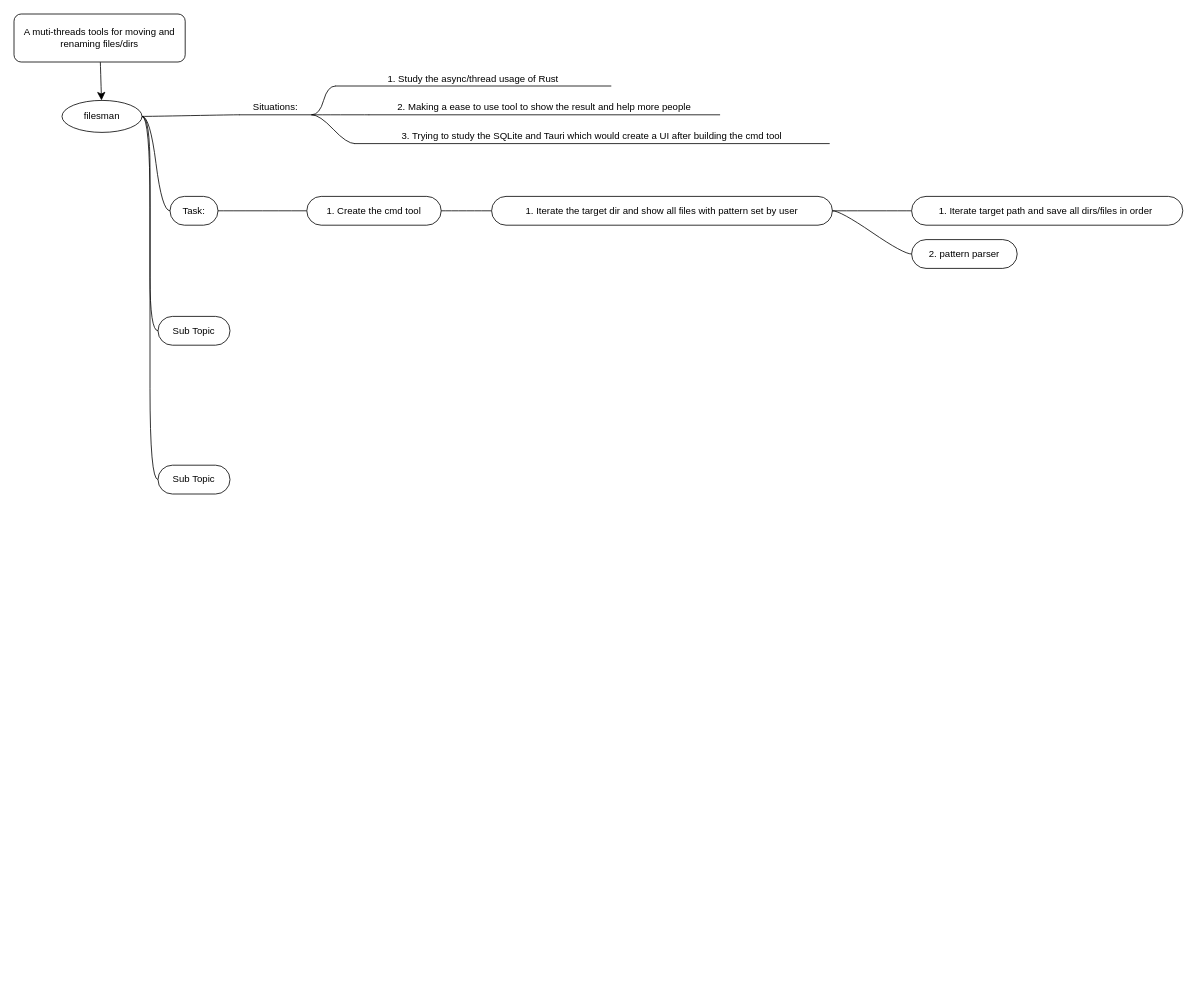
The draw.io diagram filesman.drawio in YuniqueUnic/drawioDiagrams, before the edit. Source tidied: cells renumbered, new cells numbered last; positions are measured from the earlier drawing's top-left corner, leaving out a move shared by most shapes. Both pictures are drawn from the tidied source at 80%, with x=0, y=0 at pixel (14, 14).
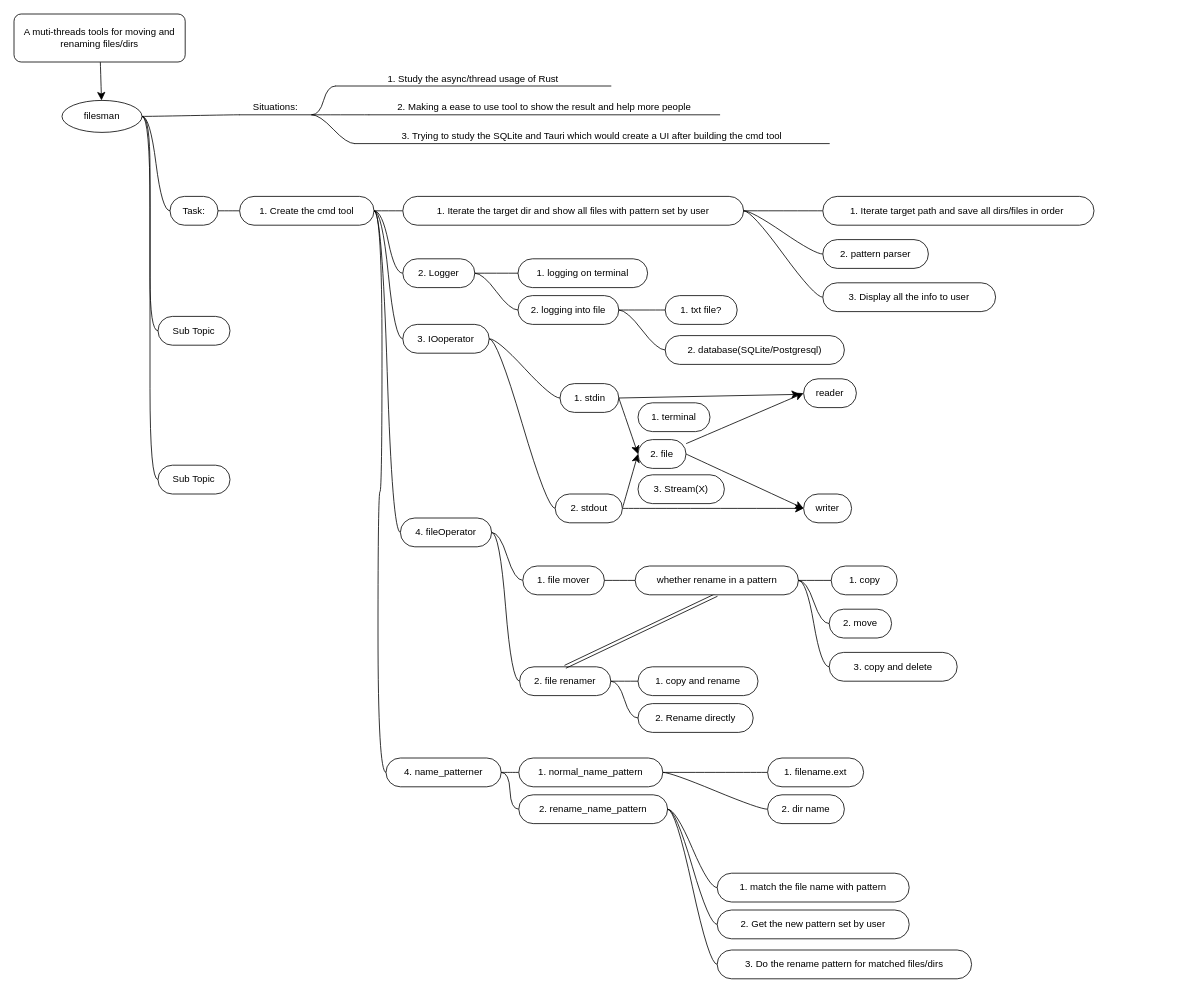
The same page after the edit.

Diff of the diagram source:
```diff
@@
     <mxCell id="20" value="1. Create the cmd tool" style="whiteSpace=wrap;html=1;rounded=1;arcSize=50;align=center;verticalAlign=middle;strokeWidth=1;spacing=4;" parent="1" vertex="1">
-      <mxGeometry x="366" y="228" width="168" height="36" as="geometry" />
+      <mxGeometry x="282" y="228" width="168" height="36" as="geometry" />
     </mxCell>
@@
     <mxCell id="22" value="1. Iterate the target dir and show all files with pattern set by user" style="whiteSpace=wrap;html=1;rounded=1;arcSize=50;align=center;verticalAlign=middle;strokeWidth=1;spacing=4;" parent="1" vertex="1">
-      <mxGeometry x="597" y="228" width="426" height="36" as="geometry" />
+      <mxGeometry x="486" y="228" width="426" height="36" as="geometry" />
     </mxCell>
@@
     <mxCell id="24" value="1. Iterate target path and save all dirs/files in order&amp;nbsp;" style="whiteSpace=wrap;html=1;rounded=1;arcSize=50;align=center;verticalAlign=middle;strokeWidth=1;spacing=4;" parent="1" vertex="1">
-      <mxGeometry x="1122" y="228" width="339" height="36" as="geometry" />
+      <mxGeometry x="1011" y="228" width="339" height="36" as="geometry" />
     </mxCell>
@@
     <mxCell id="26" value="2. pattern parser" style="whiteSpace=wrap;html=1;rounded=1;arcSize=50;align=center;verticalAlign=middle;strokeWidth=1;spacing=4;" parent="1" vertex="1">
-      <mxGeometry x="1122" y="282" width="132" height="36" as="geometry" />
+      <mxGeometry x="1011" y="282" width="132" height="36" as="geometry" />
     </mxCell>
+    <mxCell id="27" style="edgeStyle=entityRelationEdgeStyle;startArrow=none;endArrow=none;segment=10;curved=1;fontSize=12;startSize=8;endSize=8;" parent="1" edge="1" source="22" target="28">
+      <mxGeometry relative="1" as="geometry" />
+    </mxCell>
+    <mxCell id="28" value="3. Display all the info to user" style="whiteSpace=wrap;html=1;rounded=1;arcSize=50;align=center;verticalAlign=middle;strokeWidth=1;spacing=4;" parent="1" vertex="1">
+      <mxGeometry x="1011" y="336" width="216" height="36" as="geometry" />
+    </mxCell>
+    <mxCell id="29" style="edgeStyle=entityRelationEdgeStyle;startArrow=none;endArrow=none;segment=10;curved=1;fontSize=12;startSize=8;endSize=8;" parent="1" edge="1" source="20" target="30">
+      <mxGeometry relative="1" as="geometry" />
+    </mxCell>
+    <mxCell id="30" value="2. Logger" style="whiteSpace=wrap;html=1;rounded=1;arcSize=50;align=center;verticalAlign=middle;strokeWidth=1;spacing=4;" parent="1" vertex="1">
+      <mxGeometry x="486" y="306" width="90" height="36" as="geometry" />
+    </mxCell>
+    <mxCell id="31" style="edgeStyle=entityRelationEdgeStyle;startArrow=none;endArrow=none;segment=10;curved=1;fontSize=12;startSize=8;endSize=8;" parent="1" edge="1" source="30" target="32">
+      <mxGeometry relative="1" as="geometry" />
+    </mxCell>
+    <mxCell id="32" value="1. logging on terminal" style="whiteSpace=wrap;html=1;rounded=1;arcSize=50;align=center;verticalAlign=middle;strokeWidth=1;spacing=4;" parent="1" vertex="1">
+      <mxGeometry x="630" y="306" width="162" height="36" as="geometry" />
+    </mxCell>
+    <mxCell id="33" style="edgeStyle=entityRelationEdgeStyle;startArrow=none;endArrow=none;segment=10;curved=1;fontSize=12;startSize=8;endSize=8;" parent="1" edge="1" source="30" target="34">
+      <mxGeometry relative="1" as="geometry" />
+    </mxCell>
+    <mxCell id="34" value="2. logging into file" style="whiteSpace=wrap;html=1;rounded=1;arcSize=50;align=center;verticalAlign=middle;strokeWidth=1;spacing=4;" parent="1" vertex="1">
+      <mxGeometry x="630" y="352" width="126" height="36" as="geometry" />
+    </mxCell>
+    <mxCell id="35" style="edgeStyle=entityRelationEdgeStyle;startArrow=none;endArrow=none;segment=10;curved=1;fontSize=12;startSize=8;endSize=8;" parent="1" edge="1" source="34" target="36">
+      <mxGeometry relative="1" as="geometry" />
+    </mxCell>
+    <mxCell id="36" value="1. txt file?" style="whiteSpace=wrap;html=1;rounded=1;arcSize=50;align=center;verticalAlign=middle;strokeWidth=1;spacing=4;" parent="1" vertex="1">
+      <mxGeometry x="814" y="352" width="90" height="36" as="geometry" />
+    </mxCell>
+    <mxCell id="37" style="edgeStyle=entityRelationEdgeStyle;startArrow=none;endArrow=none;segment=10;curved=1;fontSize=12;startSize=8;endSize=8;" parent="1" edge="1" source="34" target="38">
+      <mxGeometry relative="1" as="geometry" />
+    </mxCell>
+    <mxCell id="38" value="2. database(SQLite/Postgresql)" style="whiteSpace=wrap;html=1;rounded=1;arcSize=50;align=center;verticalAlign=middle;strokeWidth=1;spacing=4;" parent="1" vertex="1">
+      <mxGeometry x="814" y="402" width="224" height="36" as="geometry" />
+    </mxCell>
+    <mxCell id="39" style="edgeStyle=entityRelationEdgeStyle;startArrow=none;endArrow=none;segment=10;curved=1;fontSize=12;startSize=8;endSize=8;" parent="1" edge="1" source="20" target="40">
+      <mxGeometry relative="1" as="geometry" />
+    </mxCell>
+    <mxCell id="40" value="3. IOoperator" style="whiteSpace=wrap;html=1;rounded=1;arcSize=50;align=center;verticalAlign=middle;strokeWidth=1;spacing=4;" parent="1" vertex="1">
+      <mxGeometry x="486" y="388" width="108" height="36" as="geometry" />
+    </mxCell>
+    <mxCell id="41" style="edgeStyle=entityRelationEdgeStyle;startArrow=none;endArrow=none;segment=10;curved=1;fontSize=12;startSize=8;endSize=8;" parent="1" edge="1" source="40" target="43">
+      <mxGeometry relative="1" as="geometry" />
+    </mxCell>
+    <mxCell id="42" style="edgeStyle=none;curved=1;jettySize=auto;html=1;exitX=1;exitY=0.5;exitDx=0;exitDy=0;entryX=0;entryY=0.5;entryDx=0;entryDy=0;fontSize=12;startSize=8;endSize=8;" parent="1" edge="1" source="43" target="50">
+      <mxGeometry relative="1" as="geometry" />
+    </mxCell>
+    <mxCell id="43" value="1. stdin" style="whiteSpace=wrap;html=1;rounded=1;arcSize=50;align=center;verticalAlign=middle;strokeWidth=1;spacing=4;" parent="1" vertex="1">
+      <mxGeometry x="682.5" y="462" width="73.5" height="36" as="geometry" />
+    </mxCell>
+    <mxCell id="44" style="edgeStyle=entityRelationEdgeStyle;startArrow=none;endArrow=none;segment=10;curved=1;fontSize=12;startSize=8;endSize=8;" parent="1" edge="1" source="40" target="47">
+      <mxGeometry relative="1" as="geometry" />
+    </mxCell>
+    <mxCell id="45" style="edgeStyle=none;curved=1;jettySize=auto;html=1;exitX=1;exitY=0.5;exitDx=0;exitDy=0;entryX=0;entryY=0.5;entryDx=0;entryDy=0;fontSize=12;startSize=8;endSize=8;" parent="1" edge="1" source="47" target="50">
+      <mxGeometry relative="1" as="geometry" />
+    </mxCell>
+    <mxCell id="46" style="edgeStyle=none;curved=1;jettySize=auto;html=1;exitX=1;exitY=0.5;exitDx=0;exitDy=0;entryX=0;entryY=0.5;entryDx=0;entryDy=0;fontSize=12;startSize=8;endSize=8;" parent="1" edge="1" source="47" target="54">
+      <mxGeometry relative="1" as="geometry" />
+    </mxCell>
+    <mxCell id="47" value="2. stdout" style="whiteSpace=wrap;html=1;rounded=1;arcSize=50;align=center;verticalAlign=middle;strokeWidth=1;spacing=4;" parent="1" vertex="1">
+      <mxGeometry x="676.5" y="600" width="84" height="36" as="geometry" />
+    </mxCell>
+    <mxCell id="48" style="group;" parent="1" vertex="1">
+      <mxGeometry x="768" y="486" width="159" height="126" as="geometry" />
+    </mxCell>
+    <mxCell id="49" value="1. terminal" style="whiteSpace=wrap;html=1;rounded=1;arcSize=50;align=center;verticalAlign=middle;strokeWidth=1;spacing=4;" parent="48" vertex="1">
+      <mxGeometry x="12" width="90" height="36" as="geometry" />
+    </mxCell>
+    <mxCell id="50" value="2. file" style="whiteSpace=wrap;html=1;rounded=1;arcSize=50;align=center;verticalAlign=middle;strokeWidth=1;spacing=4;" parent="48" vertex="1">
+      <mxGeometry x="12" y="46" width="60" height="36" as="geometry" />
+    </mxCell>
+    <mxCell id="51" value="3. Stream(X)" style="whiteSpace=wrap;html=1;rounded=1;arcSize=50;align=center;verticalAlign=middle;strokeWidth=1;spacing=4;" parent="48" vertex="1">
+      <mxGeometry x="12" y="90" width="108" height="36" as="geometry" />
+    </mxCell>
+    <mxCell id="52" value="reader" style="whiteSpace=wrap;html=1;rounded=1;arcSize=50;align=center;verticalAlign=middle;strokeWidth=1;spacing=4;" parent="1" vertex="1">
+      <mxGeometry x="987" y="456" width="66" height="36" as="geometry" />
+    </mxCell>
+    <mxCell id="53" style="edgeStyle=none;curved=1;jettySize=auto;html=1;fontSize=12;startSize=8;endSize=8;entryX=0;entryY=0.5;entryDx=0;entryDy=0;" parent="1" edge="1" source="50" target="52">
+      <mxGeometry relative="1" as="geometry" />
+    </mxCell>
+    <mxCell id="54" value="writer" style="whiteSpace=wrap;html=1;rounded=1;arcSize=50;align=center;verticalAlign=middle;strokeWidth=1;spacing=4;" parent="1" vertex="1">
+      <mxGeometry x="987" y="600" width="60" height="36" as="geometry" />
+    </mxCell>
+    <mxCell id="55" style="edgeStyle=none;curved=1;jettySize=auto;html=1;exitX=1;exitY=0.5;exitDx=0;exitDy=0;fontSize=12;startSize=8;endSize=8;entryX=0;entryY=0.5;entryDx=0;entryDy=0;" parent="1" edge="1" source="50" target="54">
+      <mxGeometry relative="1" as="geometry" />
+    </mxCell>
+    <mxCell id="56" style="jettySize=auto;html=1;exitX=1;exitY=0.5;exitDx=0;exitDy=0;entryX=-0.07;entryY=0.54;entryDx=0;entryDy=0;entryPerimeter=0;fontSize=12;startSize=8;endSize=8;elbow=vertical;" parent="1" edge="1" source="43" target="52">
+      <mxGeometry relative="1" as="geometry" />
+    </mxCell>
+    <mxCell id="57" style="edgeStyle=entityRelationEdgeStyle;startArrow=none;endArrow=none;segment=10;curved=1;fontSize=12;startSize=8;endSize=8;" parent="1" edge="1" source="20" target="58">
+      <mxGeometry relative="1" as="geometry" />
+    </mxCell>
+    <mxCell id="58" value="4. fileOperator" style="whiteSpace=wrap;html=1;rounded=1;arcSize=50;align=center;verticalAlign=middle;strokeWidth=1;spacing=4;" parent="1" vertex="1">
+      <mxGeometry x="483" y="630" width="114" height="36" as="geometry" />
+    </mxCell>
+    <mxCell id="59" style="edgeStyle=entityRelationEdgeStyle;startArrow=none;endArrow=none;segment=10;curved=1;fontSize=12;startSize=8;endSize=8;" parent="1" edge="1" source="58" target="60">
+      <mxGeometry relative="1" as="geometry" />
+    </mxCell>
+    <mxCell id="60" value="1. file mover" style="whiteSpace=wrap;html=1;rounded=1;arcSize=50;align=center;verticalAlign=middle;strokeWidth=1;spacing=4;" parent="1" vertex="1">
+      <mxGeometry x="636" y="690" width="102" height="36" as="geometry" />
+    </mxCell>
+    <mxCell id="61" style="edgeStyle=entityRelationEdgeStyle;startArrow=none;endArrow=none;segment=10;curved=1;fontSize=12;startSize=8;endSize=8;" parent="1" edge="1" source="58" target="62">
+      <mxGeometry relative="1" as="geometry" />
+    </mxCell>
+    <mxCell id="62" value="2. file renamer" style="whiteSpace=wrap;html=1;rounded=1;arcSize=50;align=center;verticalAlign=middle;strokeWidth=1;spacing=4;" parent="1" vertex="1">
+      <mxGeometry x="632" y="816" width="114" height="36" as="geometry" />
+    </mxCell>
+    <mxCell id="63" style="edgeStyle=entityRelationEdgeStyle;startArrow=none;endArrow=none;segment=10;curved=1;fontSize=12;startSize=8;endSize=8;" parent="1" edge="1" source="60" target="65">
+      <mxGeometry relative="1" as="geometry" />
+    </mxCell>
+    <mxCell id="64" style="edgeStyle=none;curved=1;jettySize=auto;html=1;exitX=0.5;exitY=1;exitDx=0;exitDy=0;entryX=0.5;entryY=0;entryDx=0;entryDy=0;fontSize=12;shape=link;" parent="1" edge="1" source="65" target="62">
+      <mxGeometry relative="1" as="geometry" />
+    </mxCell>
+    <mxCell id="65" value="whether rename in a pattern" style="whiteSpace=wrap;html=1;rounded=1;arcSize=50;align=center;verticalAlign=middle;strokeWidth=1;spacing=4;" parent="1" vertex="1">
+      <mxGeometry x="776.5" y="690" width="204" height="36" as="geometry" />
+    </mxCell>
+    <mxCell id="66" style="edgeStyle=entityRelationEdgeStyle;startArrow=none;endArrow=none;segment=10;curved=1;fontSize=12;startSize=8;endSize=8;" parent="1" edge="1" source="62" target="67">
+      <mxGeometry relative="1" as="geometry" />
+    </mxCell>
+    <mxCell id="67" value="1. copy and rename" style="whiteSpace=wrap;html=1;rounded=1;arcSize=50;align=center;verticalAlign=middle;strokeWidth=1;spacing=4;" parent="1" vertex="1">
+      <mxGeometry x="780" y="816" width="150" height="36" as="geometry" />
+    </mxCell>
+    <mxCell id="68" style="edgeStyle=entityRelationEdgeStyle;startArrow=none;endArrow=none;segment=10;curved=1;fontSize=12;startSize=8;endSize=8;" parent="1" edge="1" source="62" target="69">
+      <mxGeometry relative="1" as="geometry" />
+    </mxCell>
+    <mxCell id="69" value="2. Rename directly" style="whiteSpace=wrap;html=1;rounded=1;arcSize=50;align=center;verticalAlign=middle;strokeWidth=1;spacing=4;" parent="1" vertex="1">
+      <mxGeometry x="780" y="862" width="144" height="36" as="geometry" />
+    </mxCell>
+    <mxCell id="70" style="edgeStyle=entityRelationEdgeStyle;startArrow=none;endArrow=none;segment=10;curved=1;fontSize=12;startSize=8;endSize=8;" parent="1" edge="1" source="65" target="71">
+      <mxGeometry relative="1" as="geometry" />
+    </mxCell>
+    <mxCell id="71" value="1. copy" style="whiteSpace=wrap;html=1;rounded=1;arcSize=50;align=center;verticalAlign=middle;strokeWidth=1;spacing=4;" parent="1" vertex="1">
+      <mxGeometry x="1021.5" y="690" width="82.5" height="36" as="geometry" />
+    </mxCell>
+    <mxCell id="72" style="edgeStyle=entityRelationEdgeStyle;startArrow=none;endArrow=none;segment=10;curved=1;fontSize=12;startSize=8;endSize=8;" parent="1" edge="1" source="65" target="73">
+      <mxGeometry relative="1" as="geometry" />
+    </mxCell>
+    <mxCell id="73" value="2. move" style="whiteSpace=wrap;html=1;rounded=1;arcSize=50;align=center;verticalAlign=middle;strokeWidth=1;spacing=4;" parent="1" vertex="1">
+      <mxGeometry x="1019" y="744" width="78" height="36" as="geometry" />
+    </mxCell>
+    <mxCell id="74" style="edgeStyle=entityRelationEdgeStyle;startArrow=none;endArrow=none;segment=10;curved=1;fontSize=12;startSize=8;endSize=8;" parent="1" edge="1" source="65" target="75">
+      <mxGeometry relative="1" as="geometry" />
+    </mxCell>
+    <mxCell id="75" value="3. copy and delete" style="whiteSpace=wrap;html=1;rounded=1;arcSize=50;align=center;verticalAlign=middle;strokeWidth=1;spacing=4;" parent="1" vertex="1">
+      <mxGeometry x="1019" y="798" width="160" height="36" as="geometry" />
+    </mxCell>
+    <mxCell id="76" style="edgeStyle=entityRelationEdgeStyle;startArrow=none;endArrow=none;segment=10;curved=1;fontSize=12;startSize=8;endSize=8;" parent="1" edge="1" source="20" target="77">
+      <mxGeometry relative="1" as="geometry" />
+    </mxCell>
+    <mxCell id="77" value="4. name_patterner" style="whiteSpace=wrap;html=1;rounded=1;arcSize=50;align=center;verticalAlign=middle;strokeWidth=1;spacing=4;" parent="1" vertex="1">
+      <mxGeometry x="465" y="930" width="144" height="36" as="geometry" />
+    </mxCell>
+    <mxCell id="78" style="edgeStyle=entityRelationEdgeStyle;startArrow=none;endArrow=none;segment=10;curved=1;fontSize=12;startSize=8;endSize=8;" parent="1" edge="1" source="77" target="79">
+      <mxGeometry relative="1" as="geometry" />
+    </mxCell>
+    <mxCell id="79" value="1. normal_name_pattern" style="whiteSpace=wrap;html=1;rounded=1;arcSize=50;align=center;verticalAlign=middle;strokeWidth=1;spacing=4;" parent="1" vertex="1">
+      <mxGeometry x="631" y="930" width="180" height="36" as="geometry" />
+    </mxCell>
+    <mxCell id="80" style="edgeStyle=entityRelationEdgeStyle;startArrow=none;endArrow=none;segment=10;curved=1;fontSize=12;startSize=8;endSize=8;" parent="1" edge="1" source="77" target="81">
+      <mxGeometry relative="1" as="geometry" />
+    </mxCell>
+    <mxCell id="81" value="2. rename_name_pattern" style="whiteSpace=wrap;html=1;rounded=1;arcSize=50;align=center;verticalAlign=middle;strokeWidth=1;spacing=4;" parent="1" vertex="1">
+      <mxGeometry x="631" y="976" width="186" height="36" as="geometry" />
+    </mxCell>
+    <mxCell id="82" style="edgeStyle=entityRelationEdgeStyle;startArrow=none;endArrow=none;segment=10;curved=1;fontSize=12;startSize=8;endSize=8;exitX=1;exitY=0.5;exitDx=0;exitDy=0;" parent="1" edge="1" source="81" target="83">
+      <mxGeometry relative="1" as="geometry" />
+    </mxCell>
+    <mxCell id="83" value="1. match the file name with pattern" style="whiteSpace=wrap;html=1;rounded=1;arcSize=50;align=center;verticalAlign=middle;strokeWidth=1;spacing=4;" parent="1" vertex="1">
+      <mxGeometry x="879" y="1074" width="240" height="36" as="geometry" />
+    </mxCell>
+    <mxCell id="84" style="edgeStyle=entityRelationEdgeStyle;startArrow=none;endArrow=none;segment=10;curved=1;fontSize=12;startSize=8;endSize=8;exitX=1;exitY=0.5;exitDx=0;exitDy=0;" parent="1" edge="1" source="81" target="85">
+      <mxGeometry relative="1" as="geometry" />
+    </mxCell>
+    <mxCell id="85" value="2. Get the new pattern set by user" style="whiteSpace=wrap;html=1;rounded=1;arcSize=50;align=center;verticalAlign=middle;strokeWidth=1;spacing=4;" parent="1" vertex="1">
+      <mxGeometry x="879" y="1120" width="240" height="36" as="geometry" />
+    </mxCell>
+    <mxCell id="86" style="edgeStyle=entityRelationEdgeStyle;startArrow=none;endArrow=none;segment=10;curved=1;fontSize=12;startSize=8;endSize=8;exitX=1;exitY=0.5;exitDx=0;exitDy=0;" parent="1" edge="1" source="81" target="87">
+      <mxGeometry relative="1" as="geometry" />
+    </mxCell>
+    <mxCell id="87" value="3. Do the rename pattern for matched files/dirs" style="whiteSpace=wrap;html=1;rounded=1;arcSize=50;align=center;verticalAlign=middle;strokeWidth=1;spacing=4;" parent="1" vertex="1">
+      <mxGeometry x="879" y="1170" width="318" height="36" as="geometry" />
+    </mxCell>
+    <mxCell id="88" style="edgeStyle=entityRelationEdgeStyle;startArrow=none;endArrow=none;segment=10;curved=1;fontSize=12;startSize=8;endSize=8;" parent="1" edge="1" source="79" target="89">
+      <mxGeometry relative="1" as="geometry" />
+    </mxCell>
+    <mxCell id="89" value="1. filename.ext" style="whiteSpace=wrap;html=1;rounded=1;arcSize=50;align=center;verticalAlign=middle;strokeWidth=1;spacing=4;" parent="1" vertex="1">
+      <mxGeometry x="942" y="930" width="120" height="36" as="geometry" />
+    </mxCell>
+    <mxCell id="90" style="edgeStyle=entityRelationEdgeStyle;startArrow=none;endArrow=none;segment=10;curved=1;fontSize=12;startSize=8;endSize=8;" parent="1" edge="1" source="79" target="91">
+      <mxGeometry relative="1" as="geometry" />
+    </mxCell>
+    <mxCell id="91" value="2. dir name" style="whiteSpace=wrap;html=1;rounded=1;arcSize=50;align=center;verticalAlign=middle;strokeWidth=1;spacing=4;" parent="1" vertex="1">
+      <mxGeometry x="942" y="976" width="96" height="36" as="geometry" />
+    </mxCell>
```
